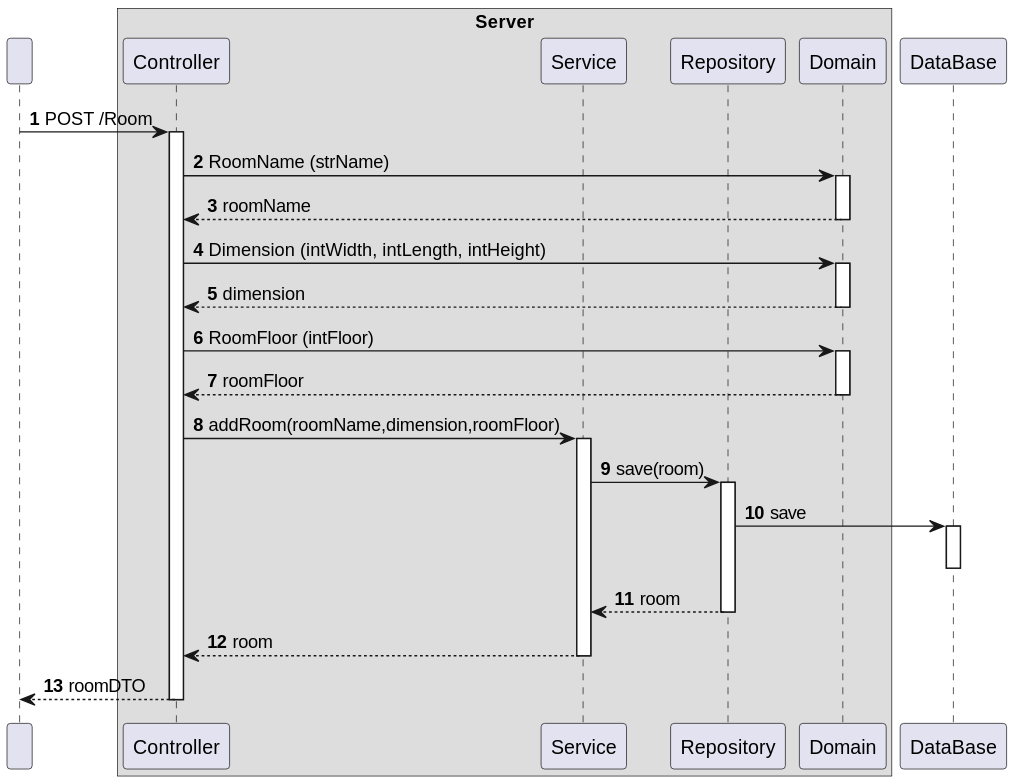
This is docs/C4_4plus1_models/Level4/ProcessView/ProcessViewLevel4_UC02_v1.svg from moutajDev/smarthome, a PlantUML export, as it was before one commit. The source it was exported from:
```plantuml
@startuml
!pragma layout smetana

autonumber

participant " " as HTTP

box "Server"
    participant "Controller" as CTRL
    participant "Service" as SV
    participant "Repository" as REPO
    participant "Domain" as DOM

end box
participant "DataBase" as BD


HTTP -> CTRL : POST /Room
activate CTRL



CTRL -> DOM : RoomName (strName)
activate DOM
DOM --> CTRL : roomName
deactivate DOM

CTRL -> DOM : Dimension (intWidth, intLength, intHeight)
activate DOM
DOM --> CTRL : dimension
deactivate DOM

CTRL -> DOM : RoomFloor (intFloor)
activate DOM
DOM --> CTRL : roomFloor
deactivate DOM

CTRL -> SV :addRoom(roomName,dimension,roomFloor)
activate SV

SV -> REPO : save(room)
activate REPO
REPO -> BD : save
activate BD
deactivate BD
REPO --> SV : room
deactivate REPO

SV --> CTRL : room
deactivate SV


CTRL --> HTTP : roomDTO
deactivate CTRL
@enduml
```
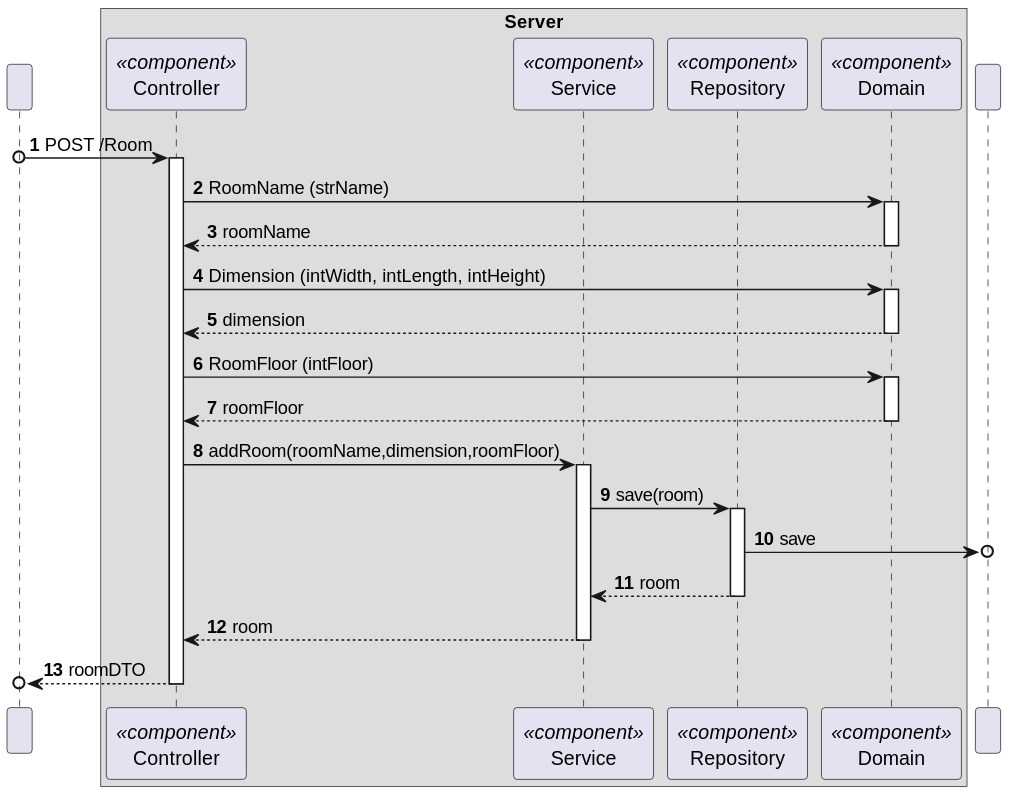
The same file after the commit.

The edit, as a diff of the source:
```diff
@@ -6,16 +6,16 @@
 participant " " as HTTP
 
 box "Server"
-    participant "Controller" as CTRL
-    participant "Service" as SV
-    participant "Repository" as REPO
-    participant "Domain" as DOM
+    participant "Controller" as CTRL<<component>>
+    participant "Service" as SV<<component>>
+    participant "Repository" as REPO<<component>>
+    participant "Domain" as DOM<<component>>
 
 end box
-participant "DataBase" as BD
+participant " " as BD
 
 
-HTTP -> CTRL : POST /Room
+HTTP o-> CTRL : POST /Room
 activate CTRL
 
 
@@ -40,9 +40,7 @@
 
 SV -> REPO : save(room)
 activate REPO
-REPO -> BD : save
-activate BD
-deactivate BD
+REPO ->o BD : save
 REPO --> SV : room
 deactivate REPO
 
@@ -50,6 +48,6 @@
 deactivate SV
 
 
-CTRL --> HTTP : roomDTO
+CTRL -->o HTTP : roomDTO
 deactivate CTRL
 @enduml
```
